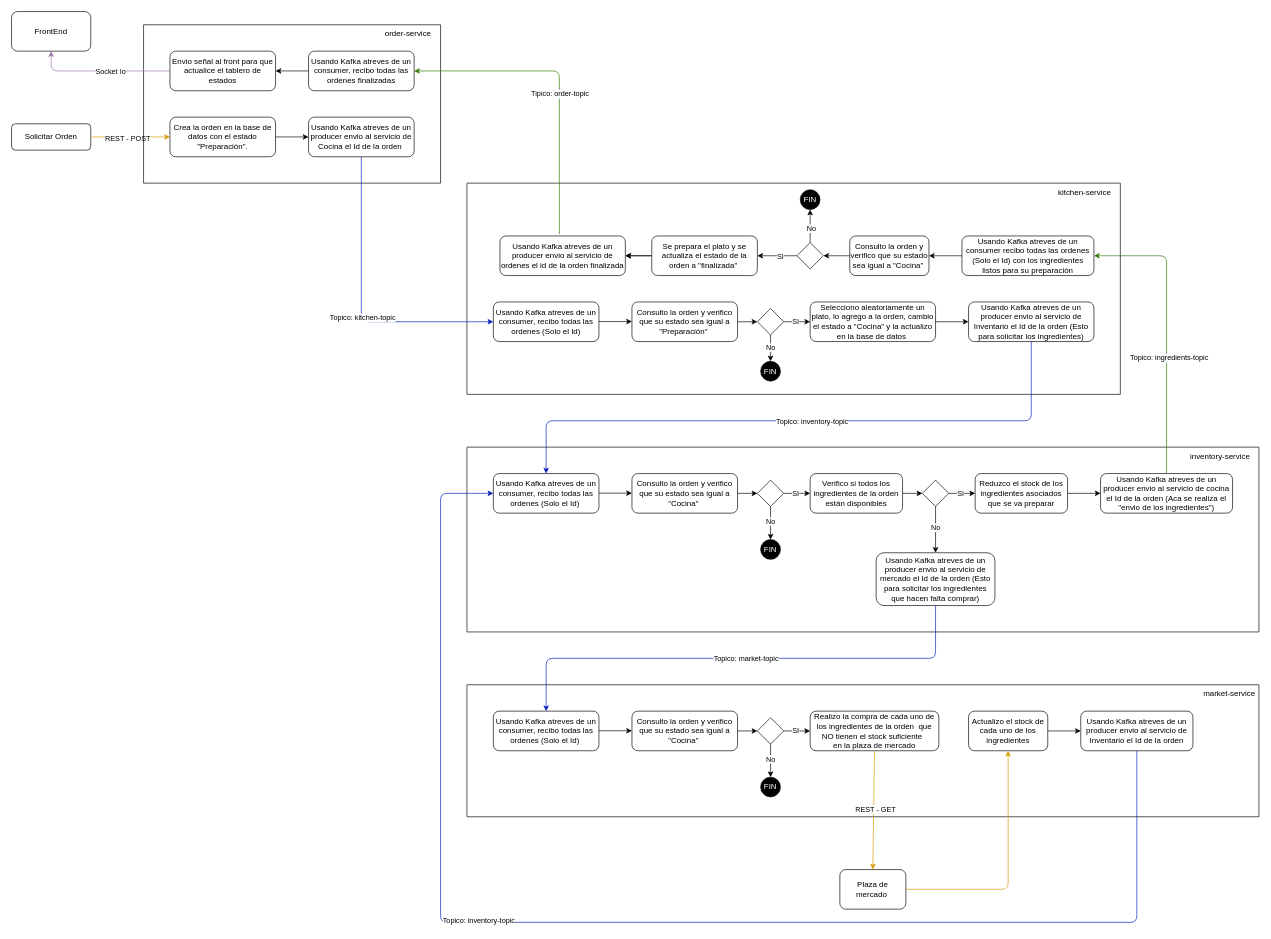
Earlier version of the draw.io diagram flow.drawio (danieltrrzz/alegra). Source tidied: cells renumbered, new cells numbered last; positions are measured from the earlier drawing's top-left corner, leaving out a move shared by most shapes. Both pictures are drawn from the tidied source at 66%, with x=0, y=0 at pixel (11, 11).
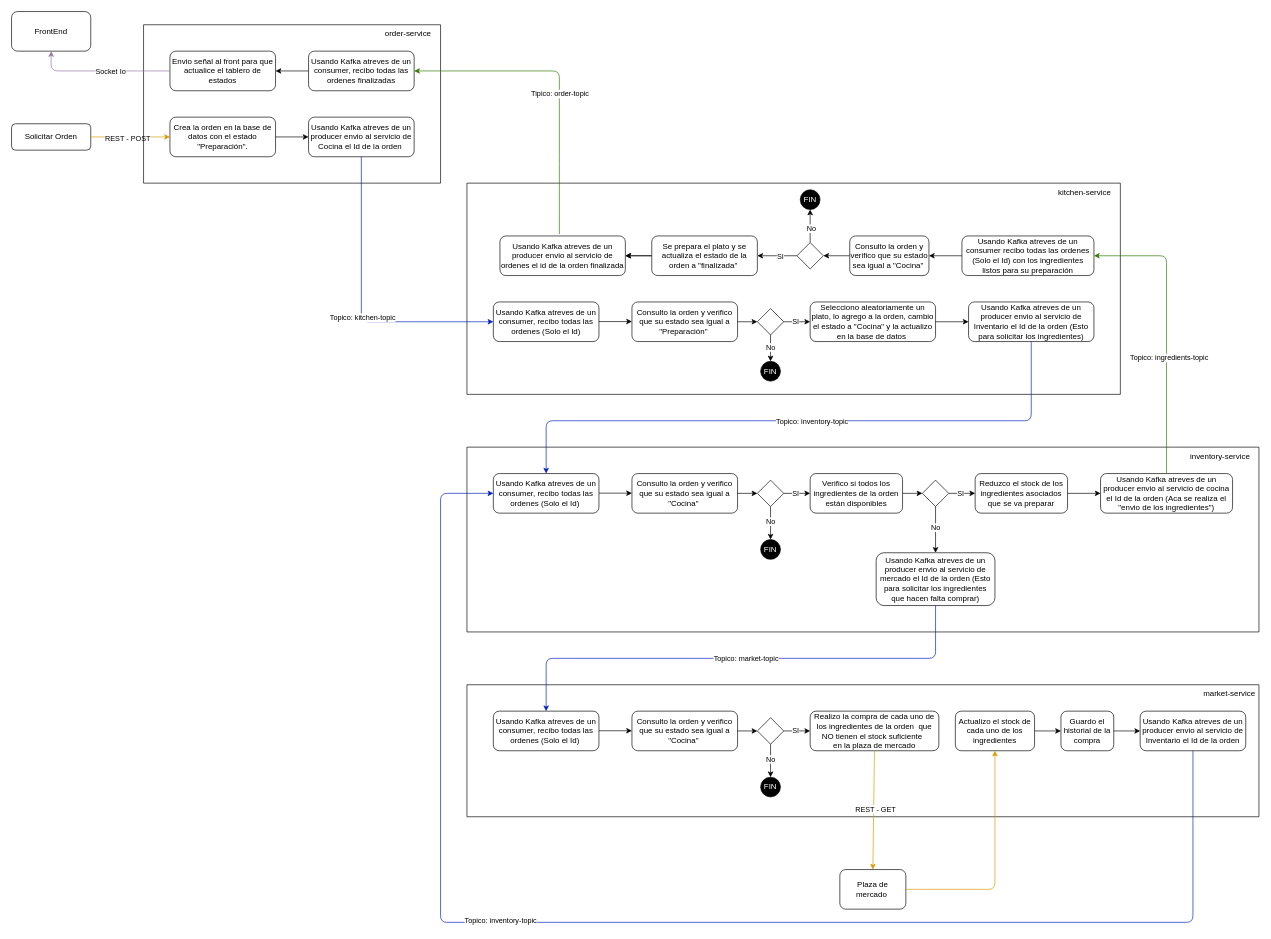
After the change.

Unchanged cells that the change refers to:
```xml
<mxCell id="51" value="&lt;span style=&quot;color: rgb(0, 0, 0); text-align: left;&quot;&gt;Usando Kafka atreves de un consumer, recibo todas las ordenes (Solo el Id)&amp;nbsp;&lt;/span&gt;" style="rounded=1;whiteSpace=wrap;html=1;" parent="49" vertex="1">
  <mxGeometry x="40" y="40" width="160" height="60" as="geometry" />
</mxCell>
<mxCell id="76" style="swimlane;startSize=0;" parent="1" vertex="1">
  <mxGeometry x="690" y="1020" width="1200" height="200" as="geometry" />
</mxCell>
<mxCell id="92" value="Plaza de mercado&amp;nbsp;" style="rounded=1;whiteSpace=wrap;html=1;" parent="1" vertex="1">
  <mxGeometry x="1255" y="1300" width="100" height="60" as="geometry" />
</mxCell>
```

The edit, as a diff of the source:
```diff
@@
     <mxCell id="89" value="Actualizo el stock de cada uno de los ingredientes" style="rounded=1;whiteSpace=wrap;html=1;" parent="76" vertex="1">
-      <mxGeometry x="760" y="40" width="120" height="60" as="geometry" />
+      <mxGeometry x="740" y="40" width="120" height="60" as="geometry" />
     </mxCell>
     <mxCell id="90" value="&lt;div style=&quot;&quot;&gt;&lt;span style=&quot;background-color: transparent;&quot;&gt;&lt;font color=&quot;#000000&quot;&gt;Usando Kafka atreves de un producer envio al servicio de Inventario el Id de la orden&lt;/font&gt;&lt;/span&gt;&lt;/div&gt;" style="rounded=1;whiteSpace=wrap;html=1;align=center;" parent="76" vertex="1">
-      <mxGeometry x="930" y="40" width="170" height="60" as="geometry" />
+      <mxGeometry x="1020" y="40" width="160" height="60" as="geometry" />
     </mxCell>
-    <mxCell id="91" style="endArrow=classic;html=1;exitX=1;exitY=0.5;exitDx=0;exitDy=0;entryX=0;entryY=0.5;entryDx=0;entryDy=0;" parent="76" edge="1" source="89" target="90">
-      <mxGeometry relative="1" as="geometry" />
-    </mxCell>
+    <mxCell id="100" value="Guardo el historial de la compra" style="rounded=1;whiteSpace=wrap;html=1;" parent="76" vertex="1">
+      <mxGeometry x="900" y="40" width="80" height="60" as="geometry" />
+    </mxCell>
+    <mxCell id="101" style="endArrow=classic;html=1;exitX=1;exitY=0.5;exitDx=0;exitDy=0;entryX=0;entryY=0.5;entryDx=0;entryDy=0;" parent="76" edge="1" source="89" target="100">
+      <mxGeometry relative="1" as="geometry" />
+    </mxCell>
+    <mxCell id="102" style="endArrow=classic;html=1;exitX=1;exitY=0.5;exitDx=0;exitDy=0;entryX=0;entryY=0.5;entryDx=0;entryDy=0;" parent="76" edge="1" source="100" target="90">
+      <mxGeometry relative="1" as="geometry" />
+    </mxCell>
@@
     <mxCell id="95" style="endArrow=classic;html=1;exitX=1;exitY=0.5;exitDx=0;exitDy=0;fillColor=#ffe6cc;strokeColor=#d79b00;entryX=0.5;entryY=1;entryDx=0;entryDy=0;" parent="1" edge="1" source="92" target="89">
       <mxGeometry relative="1" as="geometry">
         <Array as="points">
-          <mxPoint x="1510" y="1330" />
+          <mxPoint x="1490" y="1330" />
         </Array>
       </mxGeometry>
     </mxCell>
@@
     <mxCell id="98" style="endArrow=classic;html=1;exitX=0.5;exitY=1;exitDx=0;exitDy=0;entryX=0;entryY=0.5;entryDx=0;entryDy=0;fillColor=#0050ef;strokeColor=#001DBC;" parent="1" edge="1" source="90" target="51">
       <mxGeometry relative="1" as="geometry">
         <Array as="points">
-          <mxPoint x="1705" y="1380" />
+          <mxPoint x="1790" y="1380" />
           <mxPoint x="650" y="1380" />
           <mxPoint x="650" y="730" />
         </Array>
       </mxGeometry>
     </mxCell>
```
